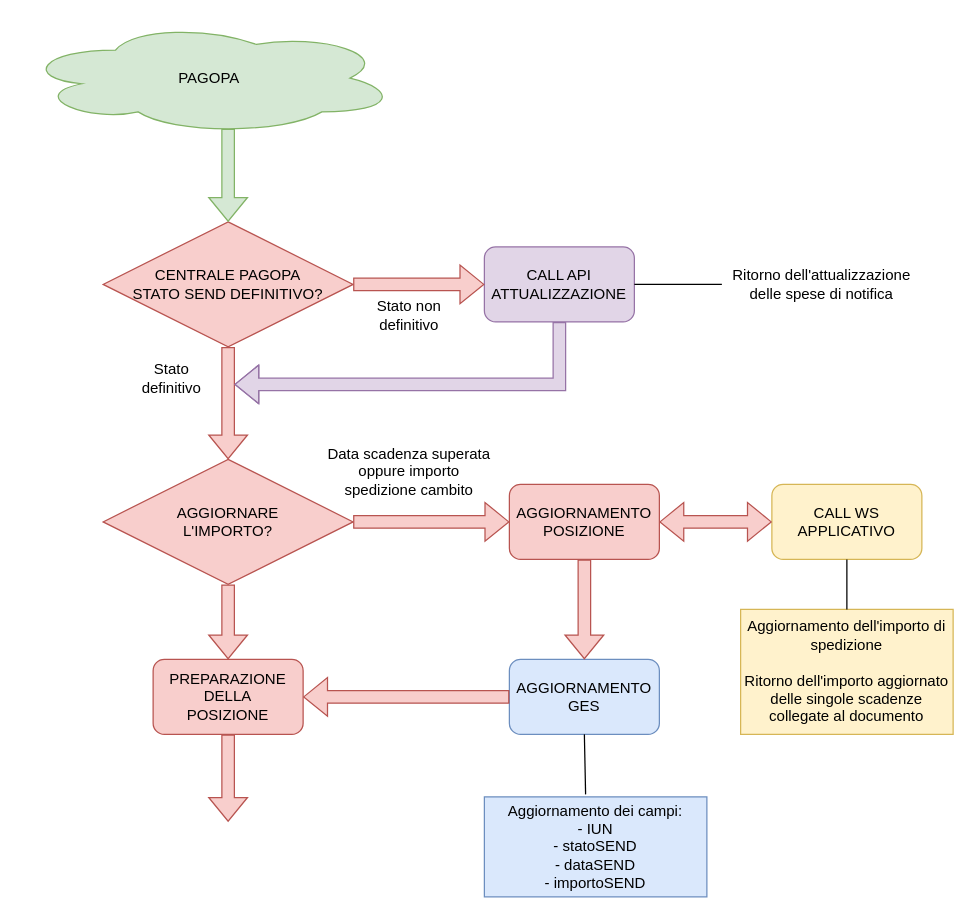
The draw.io diagram page "Pagamento" (3 of 5) of Easy Notification.drawio in marcogarbujoabaco/drawio, before the edit. Source tidied: cells renumbered, new cells numbered last; positions are measured from the earlier drawing's top-left corner, leaving out a move shared by most shapes. Both pictures are drawn from the tidied source at 125%, with x=0, y=0 at pixel (21, 21).
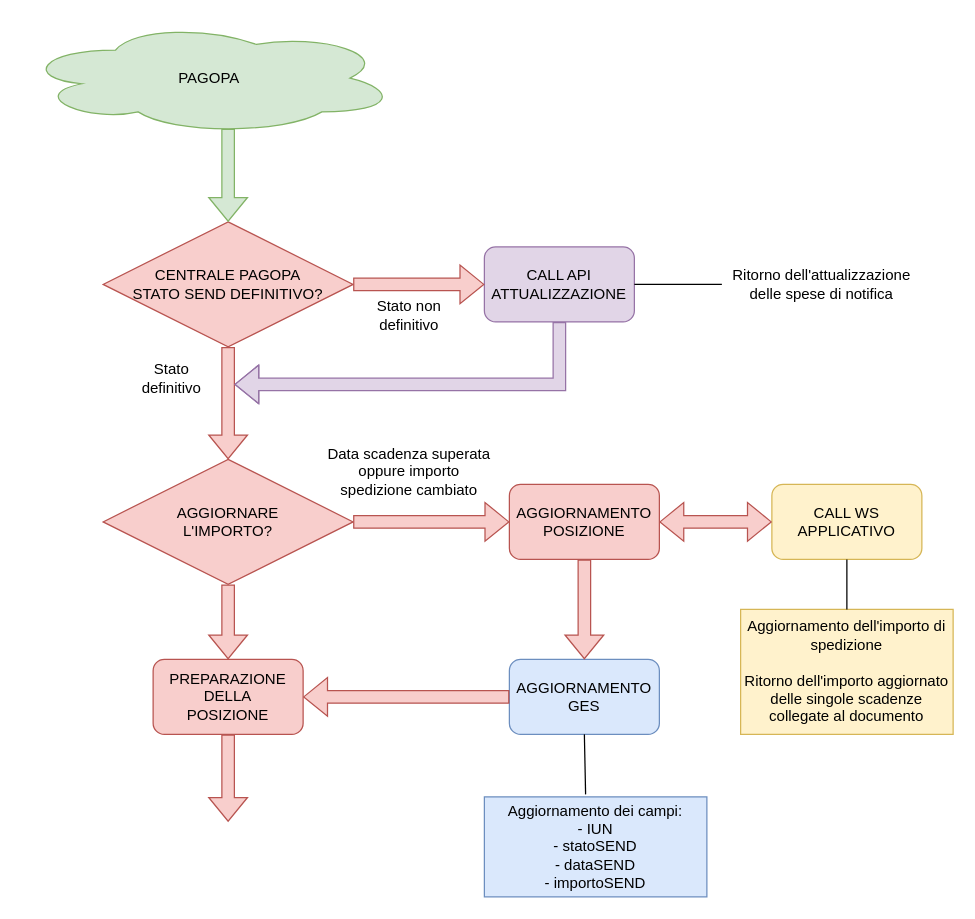
The same diagram, later.

The edit, as a diff of the source:
```diff
@@
-    <mxCell id="10" value="Data scadenza superata oppure importo spedizione cambito" style="text;html=1;align=center;verticalAlign=middle;whiteSpace=wrap;rounded=0;" parent="1" vertex="1">
+    <mxCell id="10" value="Data scadenza superata oppure importo spedizione cambiato" style="text;html=1;align=center;verticalAlign=middle;whiteSpace=wrap;rounded=0;" parent="1" vertex="1">
       <mxGeometry x="240" y="330" width="140" height="60" as="geometry" />
     </mxCell>
```
